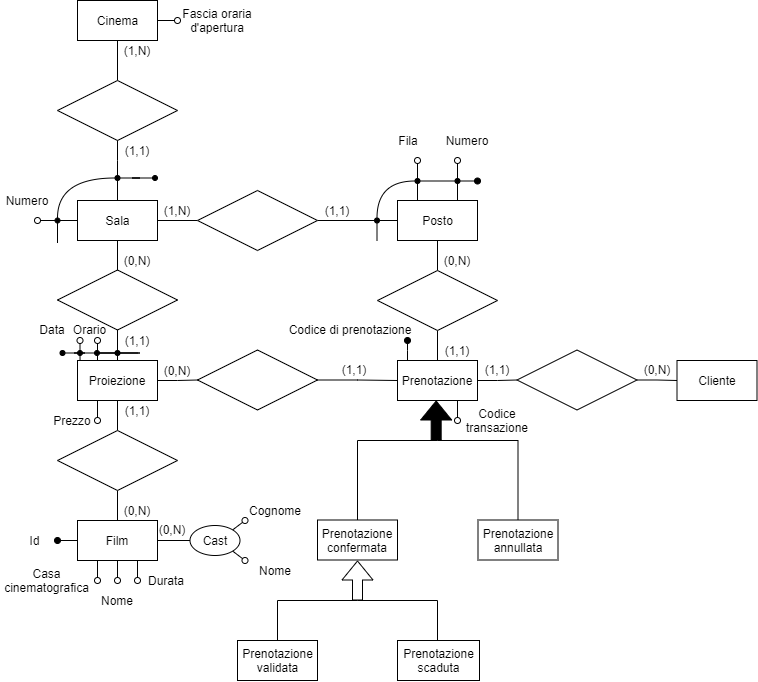
Above: docs/media/er_diagrams/er_5.png in buracchi/cinema-management-system (draw.io), before the change. Source tidied: cells renumbered, new cells last; positions are measured from the earlier drawing's top-left corner, leaving out a move shared by most shapes.
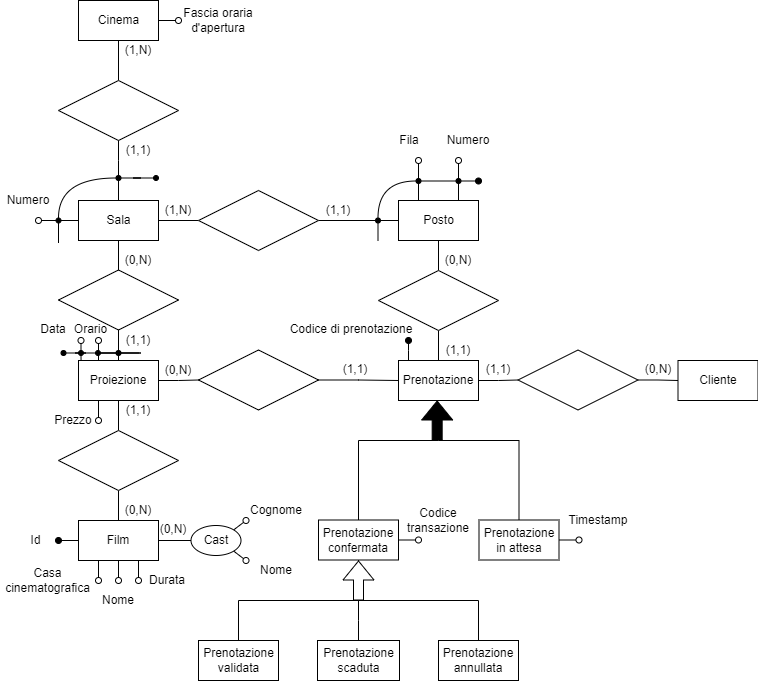
After the commit.

Change to the diagram source:
```diff
@@ -112,9 +112,9 @@
     <mxCell id="30" style="edgeStyle=orthogonalEdgeStyle;curved=1;rounded=0;jettySize=auto;html=1;entryX=0.5;entryY=1;entryDx=0;entryDy=0;endArrow=none;endFill=0;" parent="1" edge="1" source="33" target="77">
       <mxGeometry relative="1" as="geometry" />
     </mxCell>
-    <mxCell id="31" style="edgeStyle=orthogonalEdgeStyle;curved=1;rounded=0;jettySize=auto;html=1;endArrow=oval;endFill=0;exitX=0.75;exitY=1;exitDx=0;exitDy=0;" parent="1" edge="1" source="33">
+    <mxCell id="31" style="edgeStyle=orthogonalEdgeStyle;curved=1;rounded=0;jettySize=auto;html=1;endArrow=oval;endFill=0;exitX=1;exitY=0.5;exitDx=0;exitDy=0;" parent="1" edge="1" source="79">
       <mxGeometry relative="1" as="geometry">
-        <mxPoint x="458" y="420" as="targetPoint" />
+        <mxPoint x="418" y="539" as="targetPoint" />
       </mxGeometry>
     </mxCell>
     <mxCell id="32" style="edgeStyle=orthogonalEdgeStyle;rounded=0;jettySize=auto;html=1;entryX=0;entryY=0.5;entryDx=0;entryDy=0;endArrow=none;endFill=0;" parent="1" edge="1" source="33" target="110">
@@ -215,25 +215,20 @@
       <mxGeometry x="375" y="217.5" width="5" height="5" as="geometry" />
     </mxCell>
     <mxCell id="60" value="Prenotazione&lt;br&gt;validata" style="html=1;sketch=0;" parent="1" vertex="1">
-      <mxGeometry x="238" y="640" width="80" height="40" as="geometry" />
+      <mxGeometry x="198" y="640" width="80" height="40" as="geometry" />
     </mxCell>
-    <mxCell id="61" style="edgeStyle=orthogonalEdgeStyle;rounded=0;jettySize=auto;html=1;endArrow=none;endFill=0;" parent="1" edge="1" source="62">
+    <mxCell id="61" style="edgeStyle=orthogonalEdgeStyle;rounded=0;jettySize=auto;html=1;endArrow=none;endFill=0;exitX=0.5;exitY=0;exitDx=0;exitDy=0;" parent="1" edge="1" source="62">
       <mxGeometry relative="1" as="geometry">
         <mxPoint x="358" y="600" as="targetPoint" />
         <Array as="points">
-          <mxPoint x="438" y="600" />
+          <mxPoint x="358" y="620" />
+          <mxPoint x="358" y="620" />
         </Array>
       </mxGeometry>
     </mxCell>
     <mxCell id="62" value="Prenotazione&lt;br&gt;scaduta" style="html=1;sketch=0;" parent="1" vertex="1">
-      <mxGeometry x="398" y="640" width="82" height="40" as="geometry" />
+      <mxGeometry x="317" y="640" width="82" height="40" as="geometry" />
     </mxCell>
-    <mxCell id="63" style="shape=flexArrow;endArrow=classic;html=1;fillColor=#FFFFFF;sketch=0;" parent="1" edge="1">
-      <mxGeometry relative="1" as="geometry">
-        <mxPoint x="358" y="600" as="sourcePoint" />
-        <mxPoint x="358" y="560" as="targetPoint" />
-      </mxGeometry>
-    </mxCell>
     <mxCell id="64" value="(1,1)" style="text;html=1;strokeColor=none;fillColor=none;align=center;verticalAlign=middle;whiteSpace=wrap;sketch=0;" parent="1" vertex="1">
       <mxGeometry x="118" y="400" width="40" height="20" as="geometry" />
     </mxCell>
@@ -297,7 +292,12 @@
         </Array>
       </mxGeometry>
     </mxCell>
+    <mxCell id="113" style="edgeStyle=orthogonalEdgeStyle;rounded=0;jettySize=auto;html=1;endArrow=oval;endFill=0;" parent="1" edge="1" source="81">
+      <mxGeometry relative="1" as="geometry">
+        <mxPoint x="578" y="540" as="targetPoint" />
+      </mxGeometry>
+    </mxCell>
-    <mxCell id="81" value="Prenotazione&lt;br&gt;annullata" style="whiteSpace=wrap;html=1;sketch=0;" parent="1" vertex="1">
+    <mxCell id="81" value="Prenotazione&lt;br&gt;in attesa" style="whiteSpace=wrap;html=1;sketch=0;" parent="1" vertex="1">
       <mxGeometry x="478.5" y="519.5" width="80" height="40" as="geometry" />
     </mxCell>
     <mxCell id="82" style="shape=flexArrow;endArrow=classic;html=1;fillColor=#000000;sketch=0;" parent="1" edge="1">
@@ -310,7 +310,7 @@
       <mxGeometry relative="1" as="geometry">
         <mxPoint x="358" y="600" as="targetPoint" />
         <Array as="points">
-          <mxPoint x="278" y="600" />
+          <mxPoint x="238" y="600" />
         </Array>
       </mxGeometry>
     </mxCell>
@@ -396,7 +396,7 @@
       <mxGeometry x="455.5" y="178" width="5" height="5" as="geometry" />
     </mxCell>
     <mxCell id="107" value="Codice transazione" style="text;html=1;strokeColor=none;fillColor=none;align=center;verticalAlign=middle;whiteSpace=wrap;sketch=0;" parent="1" vertex="1">
-      <mxGeometry x="468" y="409.5" width="60" height="20" as="geometry" />
+      <mxGeometry x="408" y="509.5" width="60" height="20" as="geometry" />
     </mxCell>
     <mxCell id="108" value="Cliente" style="whiteSpace=wrap;html=1;sketch=0;" parent="1" vertex="1">
       <mxGeometry x="677.5" y="360" width="80" height="40" as="geometry" />
@@ -413,5 +413,25 @@
     <mxCell id="112" value="(0,N)" style="text;html=1;strokeColor=none;fillColor=none;align=center;verticalAlign=middle;whiteSpace=wrap;rounded=0;" parent="1" vertex="1">
       <mxGeometry x="637.5" y="358.5" width="40" height="20" as="geometry" />
     </mxCell>
+    <mxCell id="114" style="edgeStyle=orthogonalEdgeStyle;rounded=0;jettySize=auto;html=1;entryX=0.5;entryY=1;entryDx=0;entryDy=0;endArrow=none;endFill=0;" parent="1" edge="1" source="115" target="79">
+      <mxGeometry relative="1" as="geometry">
+        <Array as="points">
+          <mxPoint x="478" y="600" />
+          <mxPoint x="358" y="600" />
+        </Array>
+      </mxGeometry>
+    </mxCell>
+    <mxCell id="115" value="Prenotazione&lt;br&gt;annullata" style="whiteSpace=wrap;html=1;sketch=0;" parent="1" vertex="1">
+      <mxGeometry x="438" y="640" width="80" height="40" as="geometry" />
+    </mxCell>
+    <mxCell id="63" style="shape=flexArrow;endArrow=classic;html=1;fillColor=#FFFFFF;sketch=0;" parent="1" edge="1">
+      <mxGeometry relative="1" as="geometry">
+        <mxPoint x="358" y="600" as="sourcePoint" />
+        <mxPoint x="358" y="560" as="targetPoint" />
+      </mxGeometry>
+    </mxCell>
+    <mxCell id="116" value="Timestamp" style="text;html=1;strokeColor=none;fillColor=none;align=center;verticalAlign=middle;whiteSpace=wrap;sketch=0;" parent="1" vertex="1">
+      <mxGeometry x="568" y="509.5" width="60" height="20" as="geometry" />
+    </mxCell>
   </root>
 </mxGraphModel>
```
